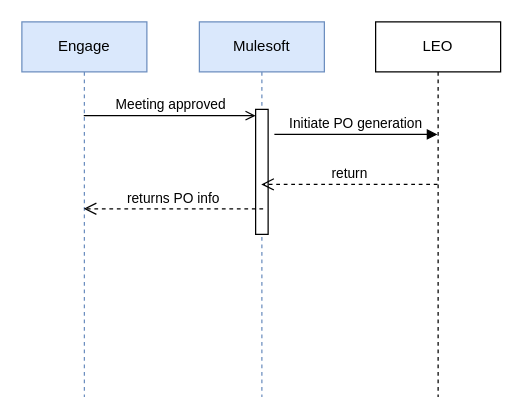
Above: Opella-LEO.drawio in abarrow/awesome-project (draw.io), before the change. Source tidied: cells renumbered, new cells numbered last; positions are measured from the earlier drawing's top-left corner, leaving out a move shared by most shapes. Both pictures are drawn from the tidied source at 125%, with x=0, y=0 at pixel (21, 21).
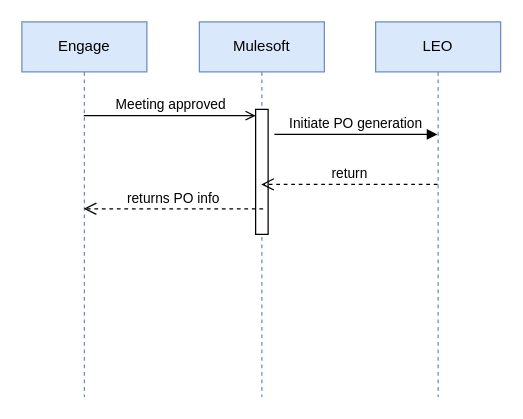
The same page after the edit.

What changed in the source:
```diff
@@
 <mxGraphModel>
   <root>
     <mxCell id="0" />
     <mxCell id="1" parent="0" />
     <mxCell id="2" value="Engage" style="shape=umlLifeline;perimeter=lifelinePerimeter;whiteSpace=wrap;html=1;outlineConnect=0;portConstraint=eastwest;newEdgeStyle={&quot;edgeStyle&quot;:&quot;elbowEdgeStyle&quot;,&quot;elbow&quot;:&quot;vertical&quot;,&quot;curved&quot;:0,&quot;rounded&quot;:0};fillColor=#dae8fc;strokeColor=#6c8ebf;" parent="1" vertex="1">
       <mxGeometry width="100" height="300" as="geometry" />
     </mxCell>
     <mxCell id="3" value="Mulesoft" style="shape=umlLifeline;perimeter=lifelinePerimeter;whiteSpace=wrap;html=1;newEdgeStyle={&quot;edgeStyle&quot;:&quot;elbowEdgeStyle&quot;,&quot;elbow&quot;:&quot;vertical&quot;,&quot;curved&quot;:0,&quot;rounded&quot;:0};fillColor=#dae8fc;strokeColor=#6c8ebf;" parent="1" vertex="1">
       <mxGeometry x="142" width="100" height="300" as="geometry" />
     </mxCell>
     <mxCell id="4" style="html=1;points=[[0,0,0,0,5],[0,1,0,0,-5],[1,0,0,0,5],[1,1,0,0,-5]];perimeter=orthogonalPerimeter;outlineConnect=0;targetShapes=umlLifeline;portConstraint=eastwest;newEdgeStyle={&quot;curved&quot;:0,&quot;rounded&quot;:0};" parent="3" vertex="1">
       <mxGeometry x="45" y="70" width="10" height="100" as="geometry" />
     </mxCell>
-    <mxCell id="5" value="LEO" style="shape=umlLifeline;perimeter=lifelinePerimeter;whiteSpace=wrap;html=1;outlineConnect=0;portConstraint=eastwest;newEdgeStyle={&quot;edgeStyle&quot;:&quot;elbowEdgeStyle&quot;,&quot;elbow&quot;:&quot;vertical&quot;,&quot;curved&quot;:0,&quot;rounded&quot;:0};" parent="1" vertex="1">
+    <mxCell id="5" value="LEO" style="shape=umlLifeline;perimeter=lifelinePerimeter;whiteSpace=wrap;html=1;outlineConnect=0;portConstraint=eastwest;newEdgeStyle={&quot;edgeStyle&quot;:&quot;elbowEdgeStyle&quot;,&quot;elbow&quot;:&quot;vertical&quot;,&quot;curved&quot;:0,&quot;rounded&quot;:0};fillColor=#dae8fc;strokeColor=#6c8ebf;" parent="1" vertex="1">
       <mxGeometry x="283" width="100" height="300" as="geometry" />
     </mxCell>
     <mxCell id="6" value="Meeting approved" style="html=1;verticalAlign=bottom;endArrow=open;curved=0;rounded=0;entryX=0;entryY=0;entryDx=0;entryDy=5;endFill=0;" parent="1" edge="1" source="2" target="4">
       <mxGeometry relative="1" as="geometry" />
     </mxCell>
     <mxCell id="7" value="Initiate PO generation" style="html=1;verticalAlign=bottom;endArrow=block;curved=0;rounded=0;" parent="1" edge="1" target="5">
       <mxGeometry relative="1" as="geometry">
         <mxPoint x="202" y="90" as="sourcePoint" />
       </mxGeometry>
     </mxCell>
     <mxCell id="8" value="return" style="html=1;verticalAlign=bottom;endArrow=open;dashed=1;endSize=8;curved=0;rounded=0;" parent="1" edge="1">
       <mxGeometry relative="1" as="geometry">
         <mxPoint x="332.5" y="130" as="sourcePoint" />
         <mxPoint x="191.5" y="130" as="targetPoint" />
       </mxGeometry>
     </mxCell>
     <mxCell id="9" value="returns PO info" style="html=1;verticalAlign=bottom;endArrow=open;dashed=1;endSize=8;curved=0;rounded=0;" parent="1" edge="1" target="2">
       <mxGeometry relative="1" as="geometry">
         <mxPoint x="193" y="149.5" as="sourcePoint" />
       </mxGeometry>
     </mxCell>
   </root>
 </mxGraphModel>
```
